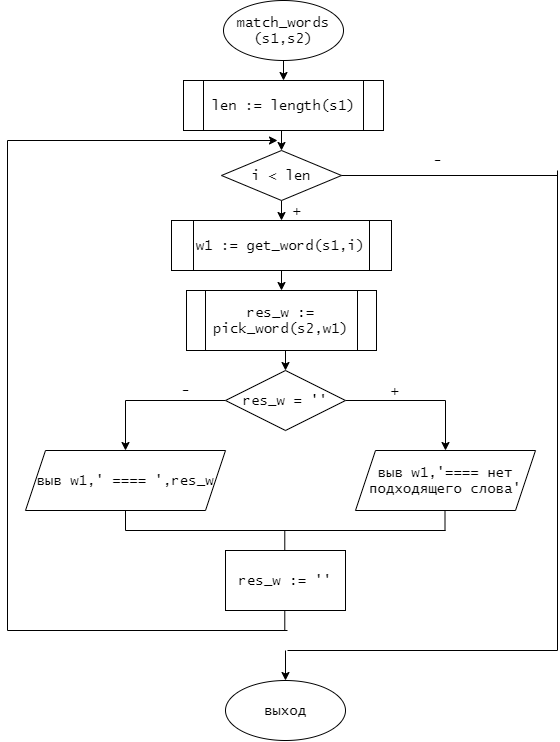
Above: лр9/match_words.png in Aprokun/- (draw.io), before the change. Source tidied: cells renumbered, new cells last; positions are measured from the earlier drawing's top-left corner, leaving out a move shared by most shapes.
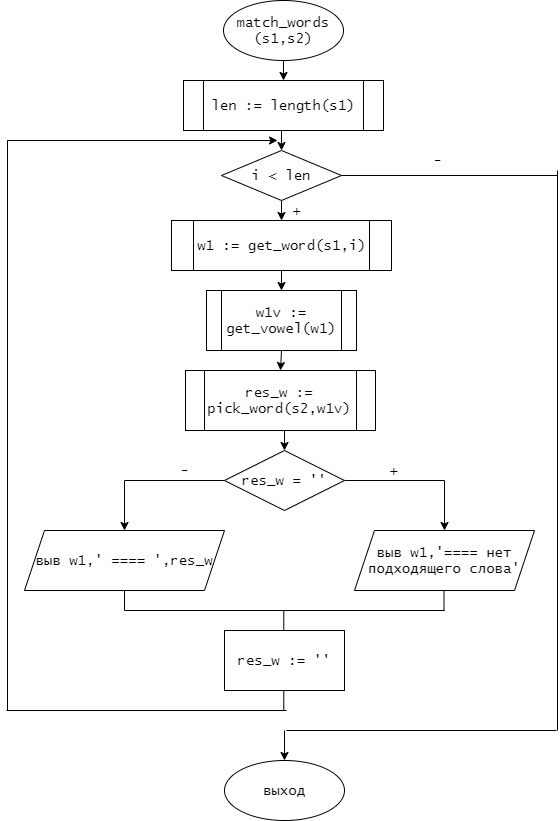
The same file after the commit.

The edit, as a diff of the source:
```diff
@@ -6,29 +6,29 @@
       <mxGeometry relative="1" as="geometry" />
     </mxCell>
     <mxCell id="3" value="match_words&lt;br&gt;(s1,s2)" style="ellipse;whiteSpace=wrap;html=1;fontFamily=Lucida Console;fontSize=14;" parent="1" vertex="1">
-      <mxGeometry x="216" width="120" height="60" as="geometry" />
+      <mxGeometry x="217" y="-80" width="120" height="60" as="geometry" />
     </mxCell>
     <mxCell id="4" value="len := length(s1)" style="shape=process;whiteSpace=wrap;html=1;backgroundOutline=1;fontFamily=Lucida Console;fontSize=14;" parent="1" vertex="1">
-      <mxGeometry x="176" y="80" width="200" height="50" as="geometry" />
+      <mxGeometry x="177" width="200" height="50" as="geometry" />
     </mxCell>
     <mxCell id="5" style="edgeStyle=orthogonalEdgeStyle;rounded=0;jettySize=auto;html=1;exitX=0.5;exitY=1;exitDx=0;exitDy=0;entryX=0.5;entryY=0;entryDx=0;entryDy=0;fontFamily=Lucida Console;fontSize=14;" parent="1" edge="1" target="7">
       <mxGeometry relative="1" as="geometry">
-        <mxPoint x="274" y="130" as="sourcePoint" />
+        <mxPoint x="275" y="50" as="sourcePoint" />
       </mxGeometry>
     </mxCell>
     <mxCell id="6" style="edgeStyle=orthogonalEdgeStyle;rounded=0;jettySize=auto;html=1;exitX=0.5;exitY=1;exitDx=0;exitDy=0;entryX=0.5;entryY=0;entryDx=0;entryDy=0;fontFamily=Lucida Console;fontSize=14;" parent="1" edge="1" source="7" target="9">
       <mxGeometry relative="1" as="geometry" />
     </mxCell>
     <mxCell id="7" value="i &amp;lt; len" style="rhombus;whiteSpace=wrap;html=1;fontFamily=Lucida Console;fontSize=14;" parent="1" vertex="1">
-      <mxGeometry x="214" y="150" width="120" height="50" as="geometry" />
+      <mxGeometry x="215" y="70" width="120" height="50" as="geometry" />
     </mxCell>
     <mxCell id="8" style="edgeStyle=orthogonalEdgeStyle;rounded=0;jettySize=auto;html=1;exitX=0.5;exitY=1;exitDx=0;exitDy=0;entryX=0.5;entryY=0;entryDx=0;entryDy=0;fontFamily=Lucida Console;fontSize=14;" parent="1" edge="1" source="9">
       <mxGeometry relative="1" as="geometry">
-        <mxPoint x="274" y="290" as="targetPoint" />
+        <mxPoint x="275" y="210" as="targetPoint" />
       </mxGeometry>
     </mxCell>
     <mxCell id="9" value="w1 := get_word(s1,i)" style="shape=process;whiteSpace=wrap;html=1;backgroundOutline=1;fontFamily=Lucida Console;fontSize=14;" parent="1" vertex="1">
-      <mxGeometry x="164" y="220" width="220" height="50" as="geometry" />
+      <mxGeometry x="165" y="140" width="220" height="50" as="geometry" />
     </mxCell>
     <mxCell id="10" style="edgeStyle=orthogonalEdgeStyle;rounded=0;jettySize=auto;html=1;exitX=0.5;exitY=1;exitDx=0;exitDy=0;entryX=0.5;entryY=0;entryDx=0;entryDy=0;fontFamily=Lucida Console;fontSize=14;" parent="1" edge="1" target="13">
       <mxGeometry relative="1" as="geometry">
@@ -81,28 +81,28 @@
     </mxCell>
     <mxCell id="21" style="endArrow=none;html=1;fontFamily=Lucida Console;fontSize=14;" parent="1" edge="1">
       <mxGeometry relative="1" as="geometry">
-        <mxPoint y="630" as="sourcePoint" />
-        <mxPoint y="140" as="targetPoint" />
+        <mxPoint x="1" y="630" as="sourcePoint" />
+        <mxPoint x="1" y="60" as="targetPoint" />
       </mxGeometry>
     </mxCell>
     <mxCell id="22" value="+" style="text;html=1;align=center;verticalAlign=middle;fontSize=14;fontFamily=Lucida Console;" parent="1" vertex="1">
-      <mxGeometry x="280" y="200" width="20" height="20" as="geometry" />
+      <mxGeometry x="281" y="120" width="20" height="20" as="geometry" />
     </mxCell>
     <mxCell id="23" style="endArrow=classic;html=1;fontFamily=Lucida Console;fontSize=14;" parent="1" edge="1">
       <mxGeometry relative="1" as="geometry">
-        <mxPoint y="140" as="sourcePoint" />
-        <mxPoint x="270" y="140" as="targetPoint" />
+        <mxPoint x="1" y="60" as="sourcePoint" />
+        <mxPoint x="271" y="60" as="targetPoint" />
       </mxGeometry>
     </mxCell>
     <mxCell id="24" style="endArrow=none;html=1;fontFamily=Lucida Console;fontSize=14;entryX=1;entryY=0.5;entryDx=0;entryDy=0;" parent="1" edge="1" target="7">
       <mxGeometry relative="1" as="geometry">
-        <mxPoint x="550" y="175" as="sourcePoint" />
+        <mxPoint x="551" y="95" as="sourcePoint" />
       </mxGeometry>
     </mxCell>
     <mxCell id="25" style="endArrow=none;html=1;fontFamily=Lucida Console;fontSize=14;" parent="1" edge="1">
       <mxGeometry relative="1" as="geometry">
-        <mxPoint x="550" y="650" as="sourcePoint" />
-        <mxPoint x="550" y="170" as="targetPoint" />
+        <mxPoint x="551" y="650" as="sourcePoint" />
+        <mxPoint x="551" y="90" as="targetPoint" />
       </mxGeometry>
     </mxCell>
     <mxCell id="26" style="endArrow=none;html=1;fontFamily=Lucida Console;fontSize=14;" parent="1" edge="1">
@@ -120,7 +120,7 @@
       </mxGeometry>
     </mxCell>
     <mxCell id="29" value="-" style="text;html=1;align=center;verticalAlign=middle;fontSize=14;fontFamily=Lucida Console;" parent="1" vertex="1">
-      <mxGeometry x="420" y="150" width="20" height="20" as="geometry" />
+      <mxGeometry x="421" y="70" width="20" height="20" as="geometry" />
     </mxCell>
     <mxCell id="30" value="+" style="text;html=1;align=center;verticalAlign=middle;fontSize=14;fontFamily=Lucida Console;" parent="1" vertex="1">
       <mxGeometry x="378" y="380" width="20" height="20" as="geometry" />
@@ -128,7 +128,7 @@
     <mxCell id="31" value="-" style="text;html=1;align=center;verticalAlign=middle;fontSize=14;fontFamily=Lucida Console;" parent="1" vertex="1">
       <mxGeometry x="168" y="380" width="20" height="20" as="geometry" />
     </mxCell>
-    <mxCell id="32" value="res_w := pick_word(s2,w1)" style="shape=process;whiteSpace=wrap;html=1;backgroundOutline=1;fontSize=14;fontFamily=Lucida Console;" parent="1" vertex="1">
+    <mxCell id="32" value="res_w := pick_word(s2,w1v)" style="shape=process;whiteSpace=wrap;html=1;backgroundOutline=1;fontSize=14;fontFamily=Lucida Console;" parent="1" vertex="1">
       <mxGeometry x="179" y="290" width="190" height="60" as="geometry" />
     </mxCell>
     <mxCell id="33" value="&lt;font face=&quot;Lucida Console&quot; style=&quot;font-size: 14px&quot;&gt;res_w := ''&lt;/font&gt;" style="rounded=0;whiteSpace=wrap;html=1;" parent="1" vertex="1">
@@ -140,5 +140,11 @@
         <mxPoint x="277.3" y="610" as="targetPoint" />
       </mxGeometry>
     </mxCell>
+    <mxCell id="35" style="edgeStyle=orthogonalEdgeStyle;rounded=0;jettySize=auto;html=1;exitX=0.5;exitY=1;exitDx=0;exitDy=0;entryX=0.5;entryY=0;entryDx=0;entryDy=0;fontFamily=Lucida Console;fontSize=14;" parent="1" edge="1" source="36" target="32">
+      <mxGeometry relative="1" as="geometry" />
+    </mxCell>
+    <mxCell id="36" value="w1v := get_vowel(w1)" style="shape=process;whiteSpace=wrap;html=1;backgroundOutline=1;fontFamily=Lucida Console;fontSize=14;" parent="1" vertex="1">
+      <mxGeometry x="200" y="210" width="150" height="60" as="geometry" />
+    </mxCell>
   </root>
 </mxGraphModel>
```
